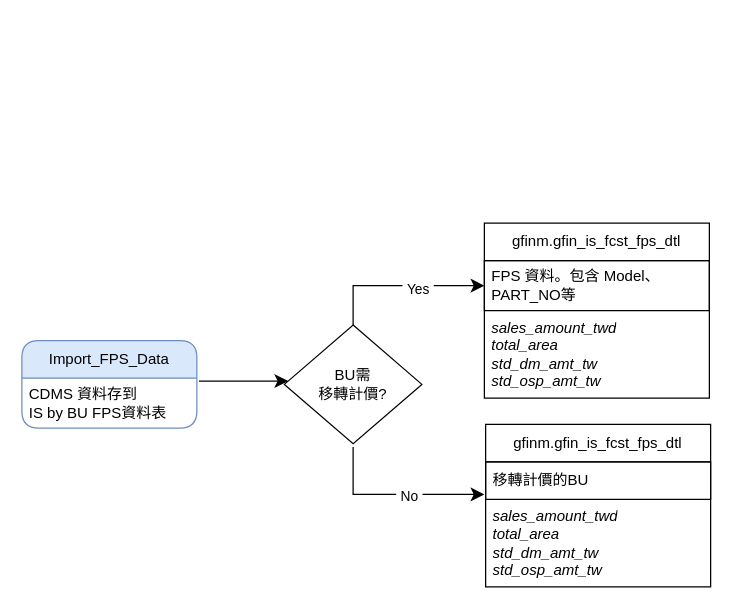
Earlier version of the draw.io diagram Is by BU.drawio (qxie1020/Drawio). Source tidied: cells renumbered, new cells numbered last; positions are measured from the earlier drawing's top-left corner, leaving out a move shared by most shapes. Both pictures are drawn from the tidied source at 125%, with x=0, y=0 at pixel (21, 222).
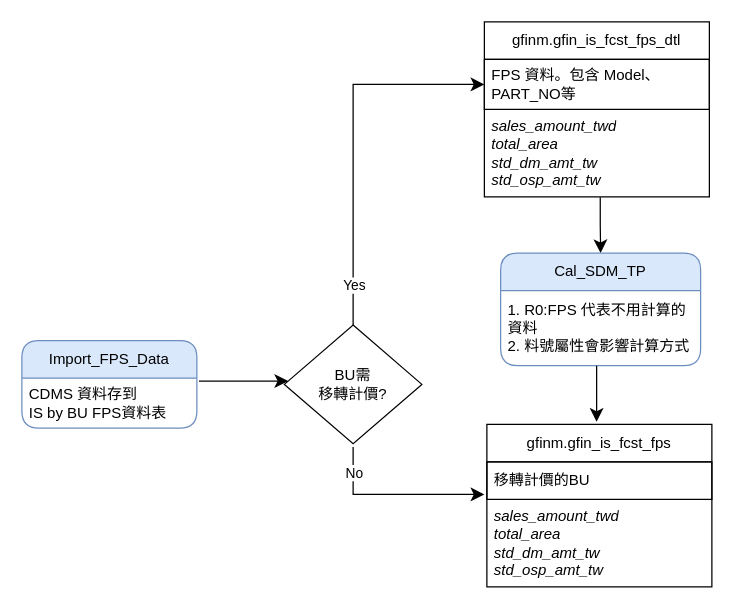
The same diagram, later.

Unchanged cells that the change refers to:
```xml
<mxCell id="5" value="FPS 資料。包含 Model、PART_NO等" style="text;strokeColor=default;fillColor=none;align=left;verticalAlign=middle;spacingLeft=4;spacingRight=4;overflow=hidden;points=[[0,0.5],[1,0.5]];portConstraint=eastwest;whiteSpace=wrap;html=1;" parent="4" vertex="1">
  <mxGeometry y="30" width="180" height="40" as="geometry" />
</mxCell>
<mxCell id="6" value="&lt;span style=&quot;font-style: italic;&quot;&gt;sales_amount_twd&lt;/span&gt;&lt;div style=&quot;font-style: italic;&quot;&gt;total_area&lt;br&gt;&lt;/div&gt;&lt;div style=&quot;font-style: italic;&quot;&gt;std_dm_amt_tw&lt;br&gt;&lt;/div&gt;&lt;div style=&quot;font-style: italic;&quot;&gt;std_osp_amt_tw&lt;/div&gt;" style="text;strokeColor=none;fillColor=none;align=left;verticalAlign=middle;spacingLeft=4;spacingRight=4;overflow=hidden;points=[[0,0.5],[1,0.5]];portConstraint=eastwest;whiteSpace=wrap;html=1;" parent="4" vertex="1">
  <mxGeometry y="70" width="180" height="70" as="geometry" />
</mxCell>
<mxCell id="10" value="BU需&lt;div&gt;移轉計價?&lt;/div&gt;" style="rhombus;whiteSpace=wrap;html=1;" parent="1" vertex="1">
  <mxGeometry x="210" y="81.5" width="110" height="95" as="geometry" />
</mxCell>
<mxCell id="14" style="edgeStyle=segmentEdgeStyle;endArrow=classic;html=1;curved=0;rounded=0;endSize=8;startSize=8;" parent="1" edge="1">
  <mxGeometry relative="1" as="geometry">
    <mxPoint x="265" y="179" as="sourcePoint" />
    <mxPoint x="370" y="217" as="targetPoint" />
    <Array as="points">
      <mxPoint x="265" y="217" />
      <mxPoint x="266" y="217" />
    </Array>
  </mxGeometry>
</mxCell>
```

The edit, as a diff of the source:
```diff
@@
     <mxCell id="4" value="gfinm.gfin_is_fcst_fps_dtl" style="swimlane;fontStyle=0;horizontal=1;startSize=30;whiteSpace=wrap;html=1;" parent="1" vertex="1">
-      <mxGeometry x="370" width="180" height="140" as="geometry" />
+      <mxGeometry x="370" y="-161" width="180" height="140" as="geometry" />
     </mxCell>
@@
-    <mxCell id="7" value="gfinm.gfin_is_fcst_fps_dtl" style="swimlane;fontStyle=0;horizontal=1;startSize=30;whiteSpace=wrap;html=1;" parent="1" vertex="1">
-      <mxGeometry x="371" y="161" width="180" height="130" as="geometry" />
+    <mxCell id="7" value="gfinm.gfin_is_fcst_fps" style="swimlane;fontStyle=0;horizontal=1;startSize=30;whiteSpace=wrap;html=1;" parent="1" vertex="1">
+      <mxGeometry x="372" y="161" width="180" height="130" as="geometry" />
     </mxCell>
@@
     <mxCell id="12" style="edgeStyle=segmentEdgeStyle;endArrow=classic;html=1;curved=0;rounded=0;endSize=8;startSize=8;exitX=0.5;exitY=0;exitDx=0;exitDy=0;entryX=0;entryY=0.5;entryDx=0;entryDy=0;" parent="1" edge="1" source="10" target="5">
       <mxGeometry relative="1" as="geometry">
         <Array as="points">
-          <mxPoint x="265" y="50" />
+          <mxPoint x="265" y="-111" />
         </Array>
       </mxGeometry>
     </mxCell>
     <mxCell id="13" value="&amp;nbsp;Yes&amp;nbsp;" style="edgeLabel;html=1;align=center;verticalAlign=middle;" parent="12" vertex="1">
-      <mxGeometry x="0.22" y="-2" relative="1" as="geometry" />
+      <mxGeometry x="0.22" y="-2" relative="1" as="geometry">
+        <mxPoint x="-2" y="149" as="offset" />
+      </mxGeometry>
     </mxCell>
@@
     <mxCell id="15" value="&amp;nbsp;No&amp;nbsp;" style="edgeLabel;html=1;align=center;verticalAlign=middle;" parent="14" vertex="1">
-      <mxGeometry x="0.15" y="-1" relative="1" as="geometry" />
+      <mxGeometry x="0.15" y="-1" relative="1" as="geometry">
+        <mxPoint x="-44" y="-19" as="offset" />
+      </mxGeometry>
     </mxCell>
+    <mxCell id="16" style="edgeStyle=orthogonalEdgeStyle;endArrow=classic;html=1;rounded=0;endSize=8;startSize=8;exitX=0.515;exitY=1.004;exitDx=0;exitDy=0;entryX=0.5;entryY=0;entryDx=0;entryDy=0;exitPerimeter=0;" parent="1" edge="1" source="6" target="17">
+      <mxGeometry relative="1" as="geometry" />
+    </mxCell>
+    <mxCell id="17" value="Cal_SDM_TP" style="swimlane;fontStyle=0;horizontal=1;startSize=30;whiteSpace=wrap;html=1;rounded=1;fillColor=#dae8fc;strokeColor=#6c8ebf;" parent="1" vertex="1">
+      <mxGeometry x="383" y="24" width="160" height="90" as="geometry" />
+    </mxCell>
+    <mxCell id="18" value="1.&amp;nbsp;R0:FPS 代表不用計算的資料&lt;div&gt;2. 料號屬性會影響計算方式&lt;/div&gt;" style="text;strokeColor=none;fillColor=none;align=left;verticalAlign=middle;spacingLeft=4;spacingRight=4;overflow=hidden;whiteSpace=wrap;html=1;" parent="17" vertex="1">
+      <mxGeometry y="30" width="160" height="60" as="geometry" />
+    </mxCell>
+    <mxCell id="19" style="edgeStyle=orthogonalEdgeStyle;endArrow=classic;html=1;rounded=0;endSize=8;startSize=8;exitX=0.515;exitY=1.004;exitDx=0;exitDy=0;entryX=0.5;entryY=0;entryDx=0;entryDy=0;exitPerimeter=0;" parent="1" edge="1">
+      <mxGeometry relative="1" as="geometry">
+        <mxPoint x="459.8" y="114" as="sourcePoint" />
+        <mxPoint x="459.8" y="159" as="targetPoint" />
+      </mxGeometry>
+    </mxCell>
```
